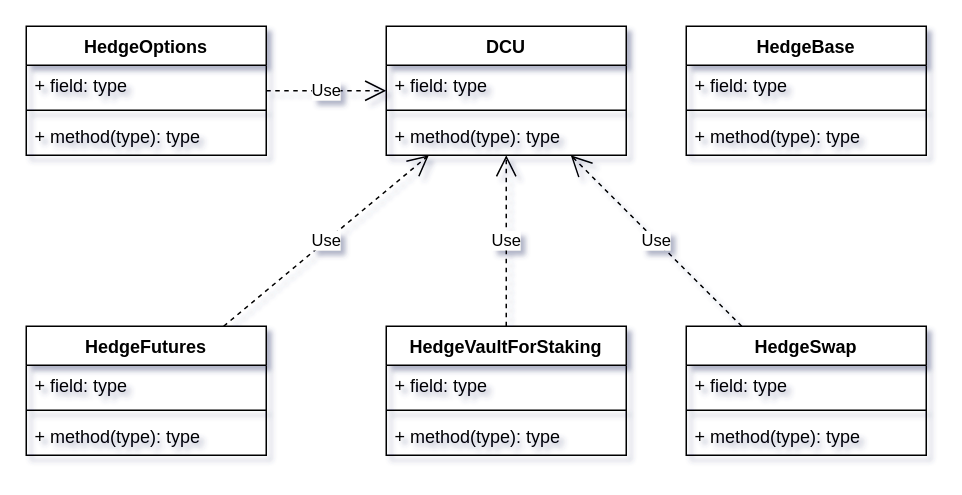
Above: docs/structure.drawio in FORT-Protocol/FORT-V1.1 (draw.io), before the change. Source tidied: cells renumbered, new cells numbered last; positions are measured from the earlier drawing's top-left corner, leaving out a move shared by most shapes. Both pictures are drawn from the tidied source at 150%, with x=0, y=0 at pixel (26, 26).
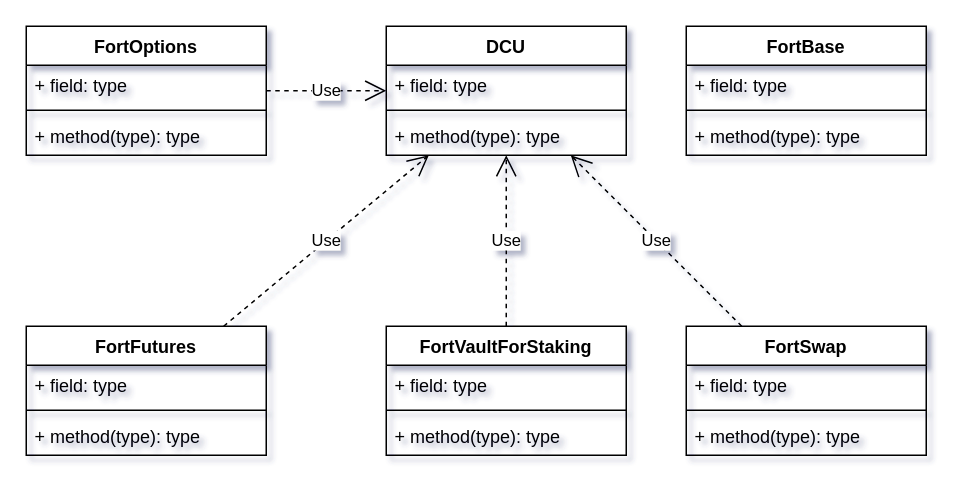
After the change.

Change to the diagram source:
```diff
@@
-    <mxCell id="6" value="HedgeFutures" style="swimlane;fontStyle=1;align=center;verticalAlign=top;horizontal=1;startSize=26;" parent="1" vertex="1">
+    <mxCell id="6" value="FortFutures" style="swimlane;fontStyle=1;align=center;verticalAlign=top;horizontal=1;startSize=26;" parent="1" vertex="1">
       <mxGeometry y="200" width="160" height="86" as="geometry" />
     </mxCell>
@@
-    <mxCell id="10" value="HedgeOptions" style="swimlane;fontStyle=1;align=center;verticalAlign=top;horizontal=1;startSize=26;" parent="1" vertex="1">
+    <mxCell id="10" value="FortOptions" style="swimlane;fontStyle=1;align=center;verticalAlign=top;horizontal=1;startSize=26;" parent="1" vertex="1">
       <mxGeometry width="160" height="86" as="geometry" />
     </mxCell>
@@
-    <mxCell id="18" value="HedgeBase" style="swimlane;fontStyle=1;align=center;verticalAlign=top;horizontal=1;startSize=26;" parent="1" vertex="1">
+    <mxCell id="18" value="FortBase" style="swimlane;fontStyle=1;align=center;verticalAlign=top;horizontal=1;startSize=26;" parent="1" vertex="1">
       <mxGeometry x="440" width="160" height="86" as="geometry" />
     </mxCell>
@@
-    <mxCell id="22" value="HedgeVaultForStaking" style="swimlane;fontStyle=1;align=center;verticalAlign=top;horizontal=1;startSize=26;" parent="1" vertex="1">
+    <mxCell id="22" value="FortVaultForStaking" style="swimlane;fontStyle=1;align=center;verticalAlign=top;horizontal=1;startSize=26;" parent="1" vertex="1">
       <mxGeometry x="240" y="200" width="160" height="86" as="geometry" />
     </mxCell>
@@
-    <mxCell id="26" value="HedgeSwap" style="swimlane;fontStyle=1;align=center;verticalAlign=top;horizontal=1;startSize=26;" parent="1" vertex="1">
+    <mxCell id="26" value="FortSwap" style="swimlane;fontStyle=1;align=center;verticalAlign=top;horizontal=1;startSize=26;" parent="1" vertex="1">
       <mxGeometry x="440" y="200" width="160" height="86" as="geometry" />
     </mxCell>
```
